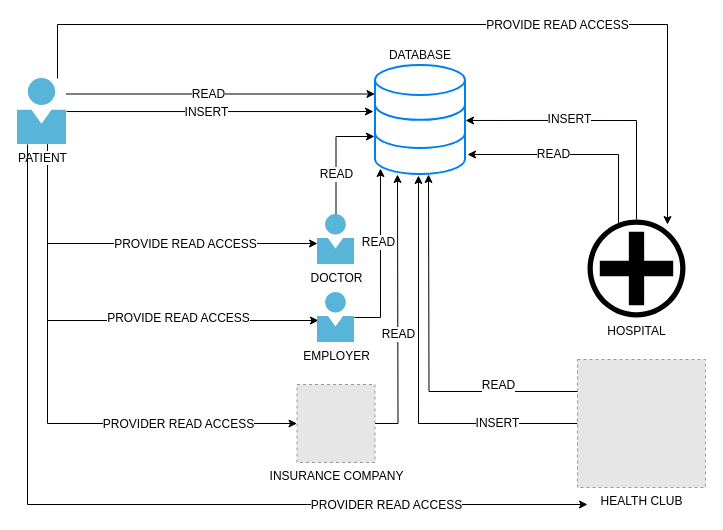
Before: dataModel.drawio.xml in gioferro96/SDM-AccessControl, a draw.io diagram. Source tidied: cells renumbered, new cells numbered last; positions are measured from the earlier drawing's top-left corner, leaving out a move shared by most shapes. Both pictures are drawn from the tidied source at 100%, with x=0, y=0 at pixel (17, 24). Pictures stored in the file or linked from it are replaced by grey dashed boxes.
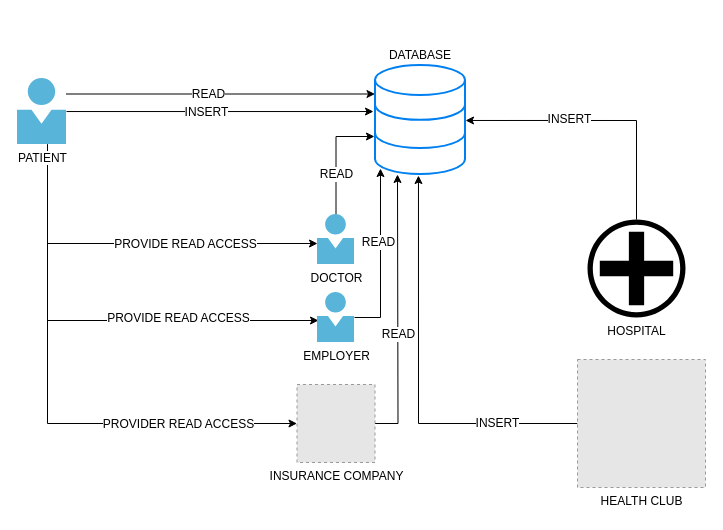
The same page after the edit.

The change refers to these unchanged cells:
```xml
<mxCell id="10" value="PATIENT" style="html=1;points=[];align=center;image;fontSize=12;image=img/lib/mscae/Person.svg;" parent="1" vertex="1">
  <mxGeometry y="54" width="49" height="66" as="geometry" />
</mxCell>
<mxCell id="22" value="HOSPITAL" style="shape=mxgraph.signs.healthcare.hospital_1;html=1;fillColor=#000000;strokeColor=none;verticalLabelPosition=bottom;verticalAlign=top;align=center;" parent="1" vertex="1">
  <mxGeometry x="570" y="195" width="98" height="98" as="geometry" />
</mxCell>
<mxCell id="25" value="HEALTH CLUB" style="fillColor=#E6E6E6;strokeColor=#999999;dashed=1;html=1;verticalAlign=top;verticalLabelPosition=bottom;labelBackgroundColor=#ffffff;" parent="1" vertex="1">
  <mxGeometry x="560" y="335" width="128" height="128" as="geometry" />
</mxCell>
```

What changed in the source:
```diff
@@
-    <mxCell id="29" style="edgeStyle=orthogonalEdgeStyle;rounded=0;jettySize=auto;html=1;exitX=0;exitY=0.25;exitDx=0;exitDy=0;" parent="1" edge="1" source="25">
-      <mxGeometry relative="1" as="geometry">
-        <mxPoint x="411" y="150" as="targetPoint" />
-      </mxGeometry>
-    </mxCell>
-    <mxCell id="30" value="READ" style="text;html=1;align=center;verticalAlign=middle;labelBackgroundColor=#ffffff;" parent="29" vertex="1">
-      <mxGeometry x="0.03" y="-3" relative="1" as="geometry">
-        <mxPoint x="66" y="33" as="offset" />
-      </mxGeometry>
-    </mxCell>
-    <mxCell id="31" style="edgeStyle=orthogonalEdgeStyle;rounded=0;jettySize=auto;html=1;exitX=0.337;exitY=0.061;exitDx=0;exitDy=0;exitPerimeter=0;" parent="1" edge="1" source="22">
-      <mxGeometry relative="1" as="geometry">
-        <mxPoint x="450" y="130" as="targetPoint" />
-        <Array as="points">
-          <mxPoint x="601" y="201" />
-          <mxPoint x="601" y="130" />
-        </Array>
-      </mxGeometry>
-    </mxCell>
-    <mxCell id="32" value="READ" style="text;html=1;align=center;verticalAlign=middle;labelBackgroundColor=#ffffff;" parent="31" vertex="1">
-      <mxGeometry x="0.24" y="-1" relative="1" as="geometry" />
-    </mxCell>
-    <mxCell id="33" style="edgeStyle=orthogonalEdgeStyle;rounded=0;jettySize=auto;html=1;" parent="1" edge="1" source="10">
-      <mxGeometry relative="1" as="geometry">
-        <mxPoint x="650" y="200" as="targetPoint" />
-        <Array as="points">
-          <mxPoint x="40" />
-          <mxPoint x="650" />
-        </Array>
-      </mxGeometry>
-    </mxCell>
-    <mxCell id="34" value="PROVIDE READ ACCESS" style="text;html=1;align=center;verticalAlign=middle;labelBackgroundColor=#ffffff;" parent="33" vertex="1">
-      <mxGeometry x="0.28" relative="1" as="geometry" />
-    </mxCell>
-    <mxCell id="35" style="edgeStyle=orthogonalEdgeStyle;rounded=0;jettySize=auto;html=1;" parent="1" edge="1" source="10">
-      <mxGeometry relative="1" as="geometry">
-        <mxPoint x="570" y="480" as="targetPoint" />
-        <Array as="points">
-          <mxPoint x="10" y="480" />
-          <mxPoint x="290" y="480" />
-        </Array>
-      </mxGeometry>
-    </mxCell>
-    <mxCell id="36" value="PROVIDER READ ACCESS" style="text;html=1;align=center;verticalAlign=middle;labelBackgroundColor=#ffffff;" parent="35" vertex="1">
-      <mxGeometry x="0.58" y="-2" relative="1" as="geometry">
-        <mxPoint x="-9" y="-2" as="offset" />
-      </mxGeometry>
-    </mxCell>
```
